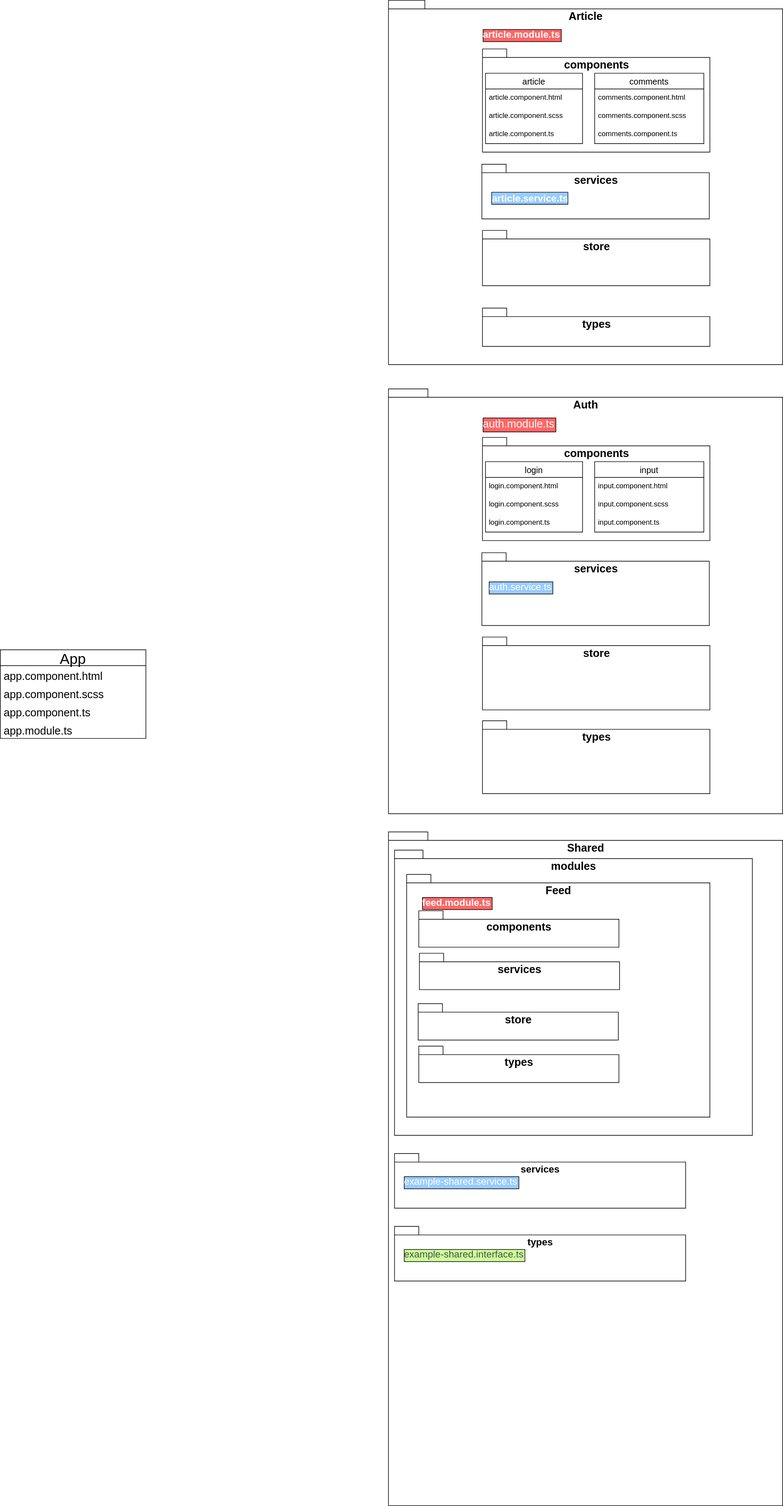
Earlier version of the draw.io export ScalableAppStructure.drawio.svg (dninov/ang-ngrx). Source tidied: cells renumbered, new cells last; positions are measured from the earlier drawing's top-left corner, leaving out a move shared by most shapes.
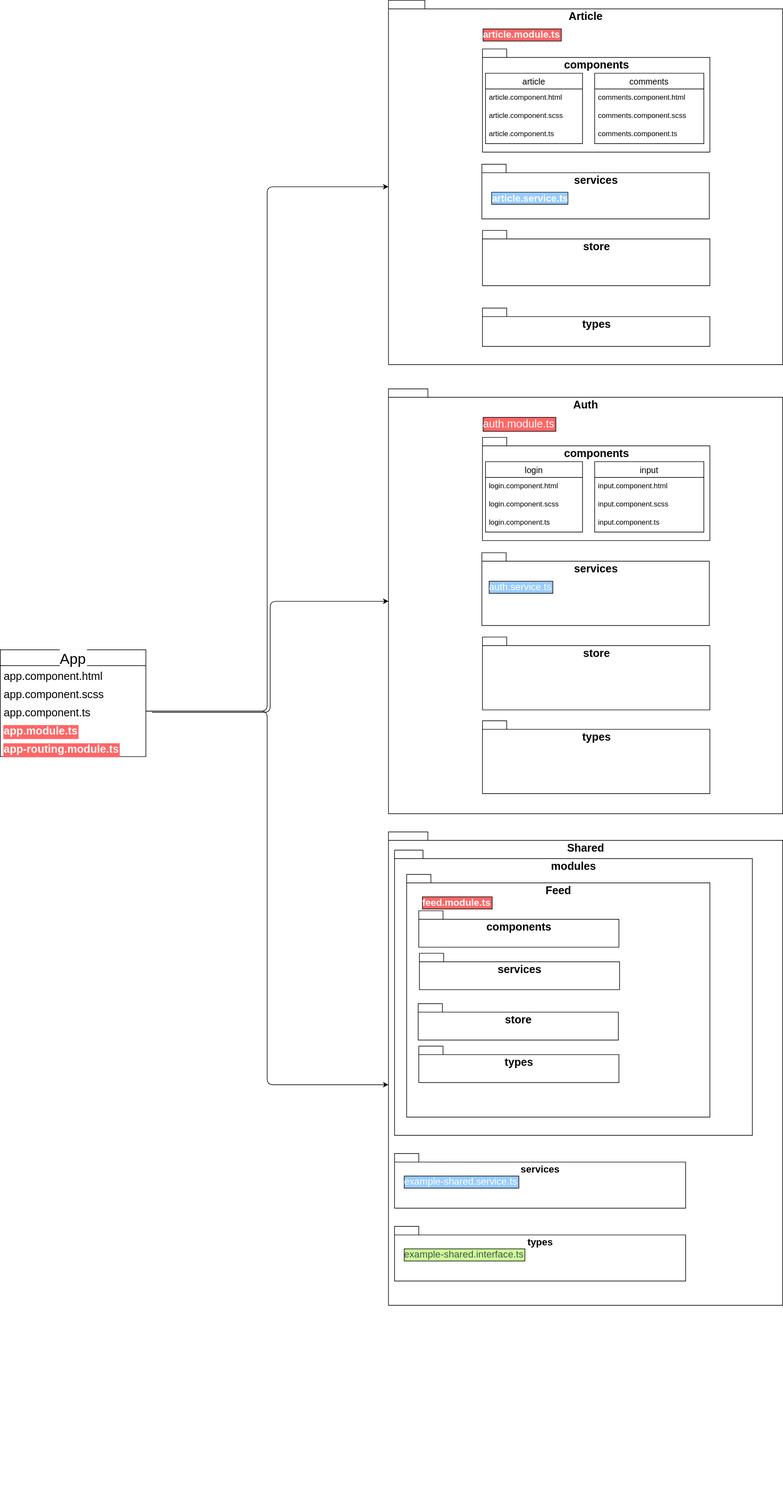
The same file after the commit.

Diff of the diagram source:
```diff
@@ -2,8 +2,8 @@
   <root>
     <mxCell id="0" />
     <mxCell id="1" parent="0" />
-    <mxCell id="2" value="App" style="swimlane;fontStyle=0;horizontal=1;startSize=26;align=center;fontSize=24;html=0;" parent="1" vertex="1">
-      <mxGeometry y="1070" width="240" height="146" as="geometry" />
+    <mxCell id="2" value="App" style="swimlane;fontStyle=0;horizontal=1;startSize=26;align=center;fontSize=24;html=0;labelBackgroundColor=default;" parent="1" vertex="1">
+      <mxGeometry y="1070" width="240" height="176" as="geometry" />
     </mxCell>
     <mxCell id="3" value="app.component.html" style="text;strokeColor=none;fillColor=none;spacingLeft=4;spacingRight=4;overflow=hidden;fontSize=18;html=0;" parent="2" vertex="1">
       <mxGeometry y="26" width="240" height="30" as="geometry" />
@@ -14,9 +14,12 @@
     <mxCell id="5" value="app.component.ts" style="text;strokeColor=none;fillColor=none;spacingLeft=4;spacingRight=4;overflow=hidden;points=[[0,0.5],[1,0.5]];portConstraint=eastwest;fontSize=18;html=0;" parent="2" vertex="1">
       <mxGeometry y="86" width="240" height="30" as="geometry" />
     </mxCell>
-    <mxCell id="6" value="app.module.ts" style="text;strokeColor=none;fillColor=none;spacingLeft=4;spacingRight=4;overflow=hidden;fontSize=18;html=0;" parent="2" vertex="1">
+    <mxCell id="6" value="app.module.ts" style="text;strokeColor=none;fillColor=none;spacingLeft=4;spacingRight=4;overflow=hidden;fontSize=18;html=0;labelBackgroundColor=#FF6666;fontColor=#FFFFFF;fontStyle=1;" parent="2" vertex="1">
       <mxGeometry y="116" width="240" height="30" as="geometry" />
     </mxCell>
+    <mxCell id="54" value="app-routing.module.ts" style="text;strokeColor=none;fillColor=none;spacingLeft=4;spacingRight=4;overflow=hidden;fontSize=18;html=0;labelBackgroundColor=#FF6666;fontColor=#FFFFFF;fontStyle=1;" parent="2" vertex="1">
+      <mxGeometry y="146" width="240" height="30" as="geometry" />
+    </mxCell>
     <mxCell id="7" style="group;" parent="1" vertex="1">
       <mxGeometry x="640" width="650" height="700" as="geometry" />
     </mxCell>
@@ -117,7 +120,7 @@
       <mxGeometry x="640" y="1370" width="650" height="1110" as="geometry" />
     </mxCell>
     <mxCell id="40" value="Shared" style="shape=folder;fontStyle=1;spacingTop=10;tabWidth=40;tabHeight=14;tabPosition=left;html=1;fontSize=18;verticalAlign=top;" parent="39" vertex="1">
-      <mxGeometry width="650" height="1110" as="geometry" />
+      <mxGeometry width="650" height="780" as="geometry" />
     </mxCell>
     <mxCell id="41" value="modules" style="shape=folder;fontStyle=1;spacingTop=10;tabWidth=40;tabHeight=14;tabPosition=left;html=1;fontSize=18;verticalAlign=top;" parent="39" vertex="1">
       <mxGeometry x="10" y="30" width="590" height="470" as="geometry" />
@@ -158,5 +161,16 @@
     <mxCell id="53" value="services" style="shape=folder;fontStyle=1;spacingTop=10;tabWidth=40;tabHeight=14;tabPosition=left;html=1;fontSize=18;verticalAlign=top;" parent="1" vertex="1">
       <mxGeometry x="691" y="1570" width="330" height="60" as="geometry" />
     </mxCell>
+    <mxCell id="55" style="edgeStyle=orthogonalEdgeStyle;jettySize=auto;html=1;fontSize=16;fontColor=#FFFFFF;rounded=1;entryX=0;entryY=0;entryDx=0;entryDy=307;entryPerimeter=0;" parent="1" edge="1" source="5" target="8">
+      <mxGeometry relative="1" as="geometry" />
+    </mxCell>
+    <mxCell id="56" style="edgeStyle=orthogonalEdgeStyle;rounded=1;jettySize=auto;html=1;fontSize=16;fontColor=#FFFFFF;" parent="1" edge="1" target="24">
+      <mxGeometry relative="1" as="geometry">
+        <mxPoint x="250" y="1173" as="sourcePoint" />
+      </mxGeometry>
+    </mxCell>
+    <mxCell id="57" style="edgeStyle=orthogonalEdgeStyle;rounded=1;jettySize=auto;html=1;fontSize=16;fontColor=#FFFFFF;entryX=0;entryY=0.534;entryDx=0;entryDy=0;entryPerimeter=0;" parent="1" edge="1" source="5" target="40">
+      <mxGeometry relative="1" as="geometry" />
+    </mxCell>
   </root>
 </mxGraphModel>
```
